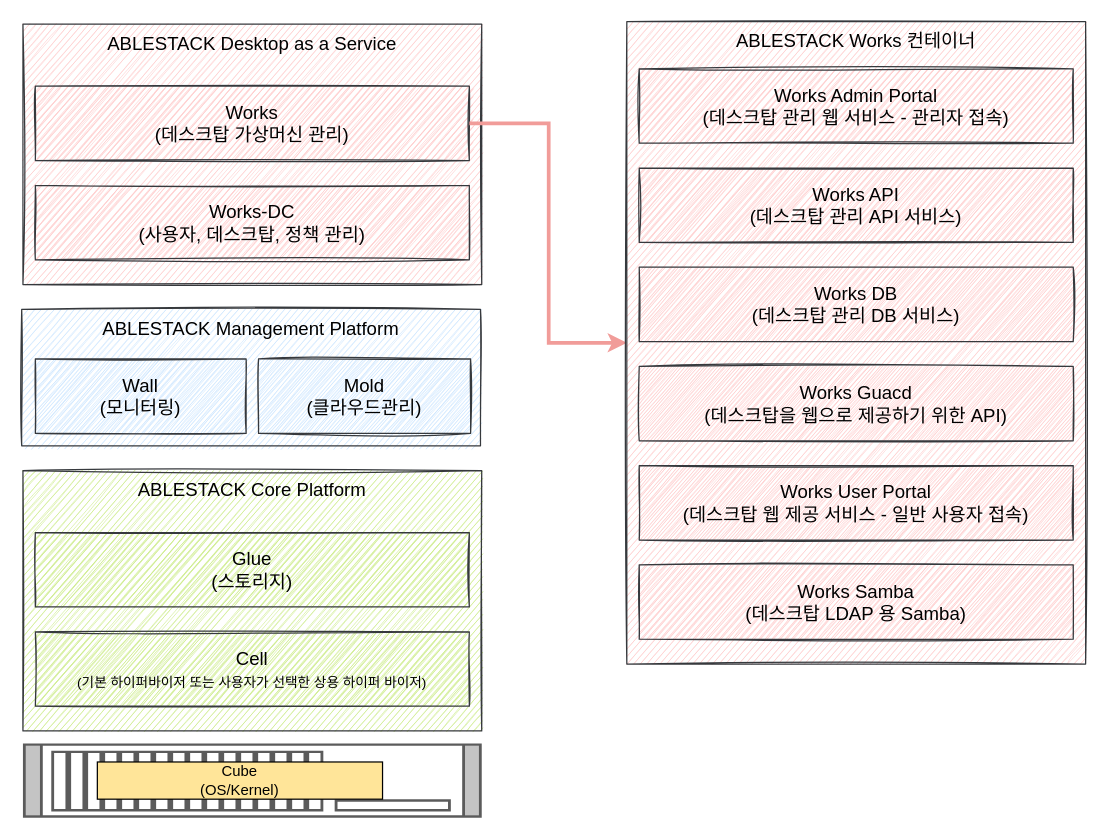
Before: page "architecture" (1 of 3) of docs/assets/drowio/Works-architecture.drawio in ablecloud-team/ablestack-docs, a draw.io diagram. Source tidied: cells renumbered, new cells numbered last; positions are measured from the earlier drawing's top-left corner, leaving out a move shared by most shapes. Both pictures are drawn from the tidied source at 124%, with x=0, y=0 at pixel (21, 21).
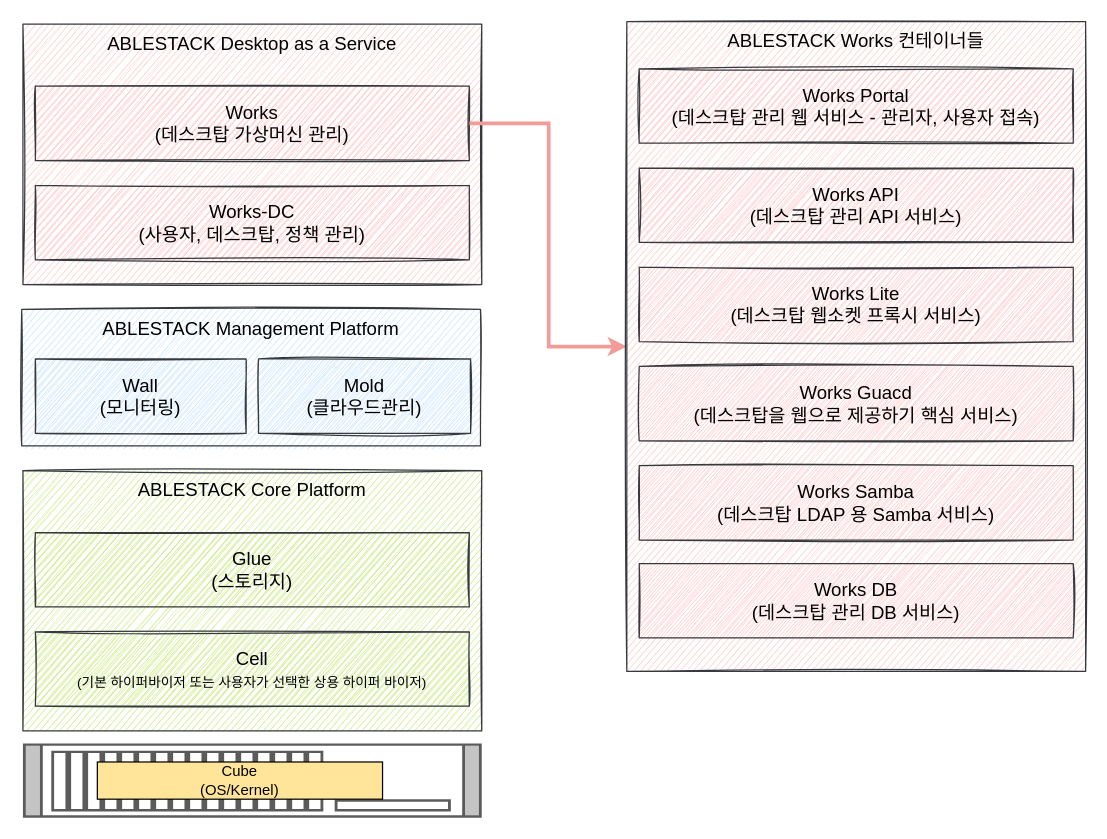
Above is the later version.

Commit message (it also covers changes not shown here):
Works 아키텍처 수정 및 사용자 포털 UI 수정

The edit, as a diff of the source:
```diff
@@
-    <mxCell id="14" value="ABLESTACK Works 컨테이너" style="rounded=0;whiteSpace=wrap;html=1;shadow=0;sketch=1;fontFamily=D2Coding ligature;fontSize=15;fillColor=#ffcccc;gradientDirection=north;verticalAlign=top;strokeColor=#36393d;" parent="1" vertex="1">
-      <mxGeometry x="488" width="370" height="518" as="geometry" />
+    <mxCell id="14" value="ABLESTACK Works 컨테이너들" style="rounded=0;whiteSpace=wrap;html=1;shadow=0;sketch=1;fontFamily=D2Coding ligature;fontSize=15;fillColor=#ffcccc;gradientDirection=north;verticalAlign=top;strokeColor=#36393d;" parent="1" vertex="1">
+      <mxGeometry x="488" width="370" height="524" as="geometry" />
     </mxCell>
-    <mxCell id="15" value="Works Admin Portal&lt;br&gt;(데스크탑 관리 웹 서비스 - 관리자 접속)" style="rounded=0;whiteSpace=wrap;html=1;shadow=0;sketch=1;fontFamily=D2Coding ligature;fontSize=15;fillColor=#ffcccc;gradientDirection=north;strokeColor=#36393d;" parent="1" vertex="1">
+    <mxCell id="15" value="Works Portal&lt;br&gt;(데스크탑 관리 웹 서비스 - 관리자, 사용자 접속)" style="rounded=0;whiteSpace=wrap;html=1;shadow=0;sketch=1;fontFamily=D2Coding ligature;fontSize=15;fillColor=#ffcccc;gradientDirection=north;strokeColor=#36393d;" parent="1" vertex="1">
       <mxGeometry x="498" y="38" width="350" height="60" as="geometry" />
     </mxCell>
@@
     <mxCell id="17" value="Works DB&lt;br&gt;(데스크탑 관리 DB 서비스)" style="rounded=0;whiteSpace=wrap;html=1;shadow=0;sketch=1;fontFamily=D2Coding ligature;fontSize=15;fillColor=#ffcccc;gradientDirection=north;strokeColor=#36393d;" parent="1" vertex="1">
-      <mxGeometry x="498" y="198" width="350" height="60" as="geometry" />
+      <mxGeometry x="498" y="437" width="350" height="60" as="geometry" />
     </mxCell>
-    <mxCell id="18" value="Works Guacd&lt;br&gt;(데스크탑을 웹으로 제공하기 위한 API)" style="rounded=0;whiteSpace=wrap;html=1;shadow=0;sketch=1;fontFamily=D2Coding ligature;fontSize=15;fillColor=#ffcccc;gradientDirection=north;strokeColor=#36393d;" parent="1" vertex="1">
+    <mxCell id="18" value="Works Guacd&lt;br&gt;(데스크탑을 웹으로 제공하기 핵심 서비스)" style="rounded=0;whiteSpace=wrap;html=1;shadow=0;sketch=1;fontFamily=D2Coding ligature;fontSize=15;fillColor=#ffcccc;gradientDirection=north;strokeColor=#36393d;" parent="1" vertex="1">
       <mxGeometry x="498" y="278" width="350" height="60" as="geometry" />
     </mxCell>
-    <mxCell id="19" value="Works User Portal&lt;br&gt;(데스크탑 웹 제공 서비스 - 일반 사용자 접속)" style="rounded=0;whiteSpace=wrap;html=1;shadow=0;sketch=1;fontFamily=D2Coding ligature;fontSize=15;fillColor=#ffcccc;gradientDirection=north;strokeColor=#36393d;" parent="1" vertex="1">
-      <mxGeometry x="498" y="358" width="350" height="60" as="geometry" />
-    </mxCell>
-    <mxCell id="20" value="Works Samba&lt;br&gt;(데스크탑 LDAP 용 Samba)" style="rounded=0;whiteSpace=wrap;html=1;shadow=0;sketch=1;fontFamily=D2Coding ligature;fontSize=15;fillColor=#ffcccc;gradientDirection=north;strokeColor=#36393d;" parent="1" vertex="1">
-      <mxGeometry x="498" y="438" width="350" height="60" as="geometry" />
+    <mxCell id="20" value="Works Samba&lt;br&gt;(데스크탑 LDAP 용 Samba 서비스)" style="rounded=0;whiteSpace=wrap;html=1;shadow=0;sketch=1;fontFamily=D2Coding ligature;fontSize=15;fillColor=#ffcccc;gradientDirection=north;strokeColor=#36393d;" parent="1" vertex="1">
+      <mxGeometry x="498" y="358" width="350" height="60" as="geometry" />
     </mxCell>
+    <mxCell id="21" value="Works Lite&lt;br&gt;(데스크탑 웹소켓 프록시 서비스)" style="rounded=0;whiteSpace=wrap;html=1;shadow=0;sketch=1;fontFamily=D2Coding ligature;fontSize=15;fillColor=#ffcccc;gradientDirection=north;strokeColor=#36393d;" parent="1" vertex="1">
+      <mxGeometry x="498" y="198" width="350" height="60" as="geometry" />
+    </mxCell>
```
